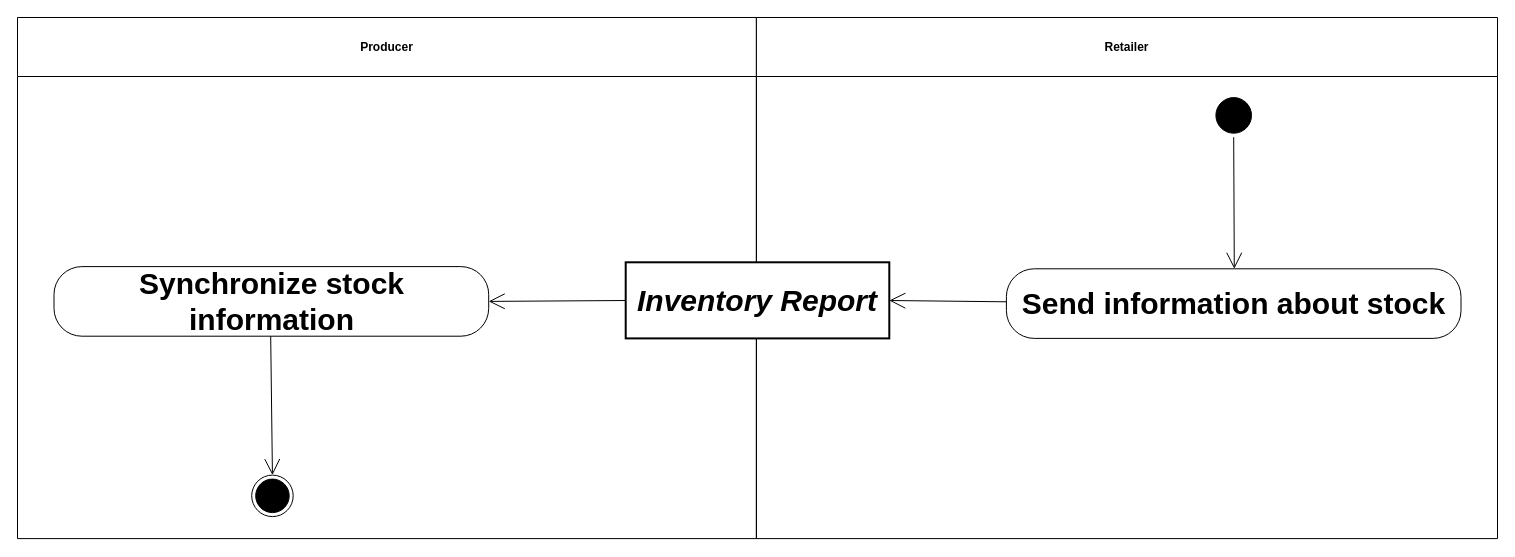
kduvekot/ubl-work-on-svg-images keeps this draw.io diagram as diagrams/UBL-2.2-CRP-Synchronizing/UBL-2.2-CRP-Synchronizing.drawio. Above is the earlier version. Source tidied: cells renumbered, new cells numbered last; positions are measured from the earlier drawing's top-left corner, leaving out a move shared by most shapes. Both pictures are drawn from the tidied source at 100%, with x=0, y=0 at pixel (17, 17).
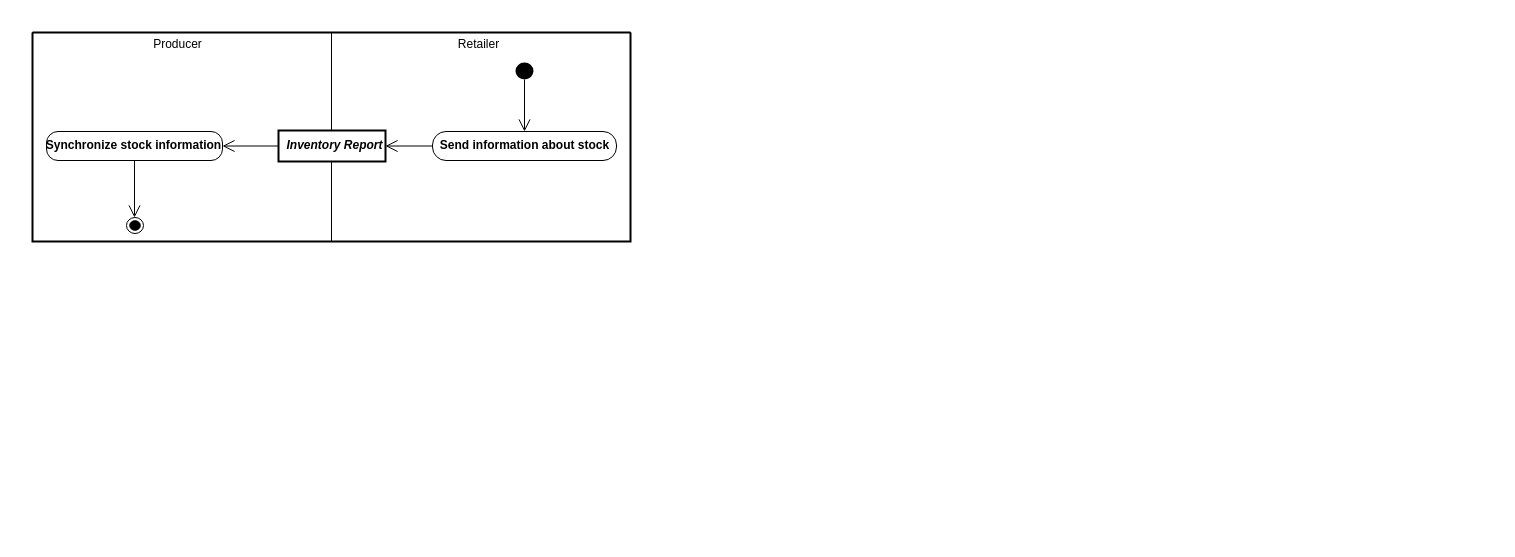
Above is the later version.

The edit, as a diff of the source:
```diff
@@
 <mxGraphModel>
   <root>
     <mxCell id="0" />
     <mxCell id="1" parent="0" />
+    <mxCell id="13" style="swimlane;html=1;startSize=0;whiteSpace=wrap;fillColor=none;strokeWidth=2;" parent="1" vertex="1">
+      <mxGeometry x="15" y="15" width="598" height="209" as="geometry" />
+    </mxCell>
-    <mxCell id="2" value="Producer" style="swimlane;whiteSpace=wrap;html=1;startSize=59;" parent="1" vertex="1">
-      <mxGeometry width="738.9" height="521.1" as="geometry" />
+    <mxCell id="2" value="Producer" style="swimlane;horizontal=1;startSize=23;swimlaneLine=0;html=1;fillColor=none;fontSize=12;fontStyle=0;spacing=0;spacingRight=9;" parent="13" vertex="1">
+      <mxGeometry width="299" height="209" as="geometry" />
     </mxCell>
-    <mxCell id="3" value="Retailer" style="swimlane;whiteSpace=wrap;html=1;startSize=59;" parent="1" vertex="1">
-      <mxGeometry x="738.9" width="741.1" height="521.1" as="geometry" />
+    <mxCell id="3" value="Retailer" style="swimlane;horizontal=1;startSize=23;swimlaneLine=0;html=1;fillColor=none;fontSize=12;fontStyle=0;spacing=0;spacingRight=5;" parent="13" vertex="1">
+      <mxGeometry x="299" width="299" height="209" as="geometry" />
     </mxCell>
-    <mxCell id="4" style="ellipse;html=1;shape=startState;fillColor=#000000;strokeColor=#000000;fontFamily=Helvetica;fontSize=30;" parent="1" vertex="1">
-      <mxGeometry x="1194.4" y="76.1" width="43.6" height="43.6" as="geometry" />
+    <mxCell id="4" style="ellipse;shape=startState;fillColor=#000000;strokeColor=none;html=1;" parent="3" vertex="1">
+      <mxGeometry x="180" y="26" width="26" height="25" as="geometry" />
     </mxCell>
-    <mxCell id="5" value="Inventory Report" style="rounded=0;whiteSpace=wrap;html=1;fontStyle=3;strokeWidth=2;fontFamily=Helvetica;fontSize=30;" parent="1" vertex="1">
-      <mxGeometry x="608.2" y="244.8" width="263.6" height="76.1" as="geometry" />
+    <mxCell id="5" value="Inventory Report" style="rounded=0;html=1;whiteSpace=nowrap;fontSize=12;fontStyle=3;align=center;verticalAlign=middle;spacing=0;spacingLeft=4;spacingBottom=2;strokeWidth=2;" parent="3" vertex="1">
+      <mxGeometry x="-53" y="98" width="107" height="31" as="geometry" />
     </mxCell>
-    <mxCell id="6" value="Synchronize stock information" style="rounded=1;arcSize=40;whiteSpace=wrap;html=1;fontStyle=1;fontFamily=Helvetica;fontSize=30;" parent="1" vertex="1">
-      <mxGeometry x="36.5" y="249.1" width="434.7" height="69.6" as="geometry" />
+    <mxCell id="6" value="Synchronize stock information" style="rounded=1;absoluteArcSize=1;arcSize=23;html=1;whiteSpace=nowrap;fontSize=12;fontStyle=1;align=center;verticalAlign=middle;spacing=0;spacingRight=2;spacingBottom=1;" parent="2" vertex="1">
+      <mxGeometry x="14" y="99" width="176" height="29" as="geometry" />
     </mxCell>
-    <mxCell id="7" value="Send information about stock" style="rounded=1;arcSize=40;whiteSpace=wrap;html=1;fontStyle=1;fontFamily=Helvetica;fontSize=30;" parent="1" vertex="1">
-      <mxGeometry x="988.9" y="251.3" width="454.6" height="69.6" as="geometry" />
+    <mxCell id="7" value="Send information about stock" style="rounded=1;absoluteArcSize=1;arcSize=27;html=1;whiteSpace=nowrap;fontSize=12;fontStyle=1;align=center;verticalAlign=middle;spacing=0;spacingRight=1;spacingBottom=1;" parent="3" vertex="1">
+      <mxGeometry x="101" y="99" width="184" height="29" as="geometry" />
     </mxCell>
-    <mxCell id="8" style="ellipse;html=1;shape=endState;fillColor=#000000;strokeColor=#000000;fontFamily=Helvetica;fontSize=30;" parent="1" vertex="1">
-      <mxGeometry x="234.2" y="457.6" width="41.5" height="41.5" as="geometry" />
+    <mxCell id="8" style="ellipse;shape=endState;fillColor=#000000;html=1;" parent="2" vertex="1">
+      <mxGeometry x="94" y="185" width="17" height="16" as="geometry" />
     </mxCell>
-    <mxCell id="9" style="edgeStyle=none;rounded=0;html=1;endArrow=open;endFill=0;endSize=14;exitX=0.5138;exitY=1.0;entryX=0.5013;entryY=0.0;" parent="1" edge="1" source="4" target="7">
+    <mxCell id="9" style="edgeStyle=none;rounded=0;html=1;endArrow=open;endFill=0;endSize=10;exitPerimeter=0;entryX=0.5;entryY=0;entryPerimeter=0;exitX=0.5;exitY=0.8444;" parent="3" edge="1" source="4" target="7">
       <mxGeometry relative="1" as="geometry" />
     </mxCell>
-    <mxCell id="10" style="edgeStyle=none;rounded=0;html=1;endArrow=open;endFill=0;endSize=14;exitX=0.0;exitY=0.502;entryX=1.0;entryY=0.5;" parent="1" edge="1" source="5" target="6">
+    <mxCell id="10" style="edgeStyle=none;rounded=0;html=1;endArrow=open;endFill=0;endSize=10;exitX=0;exitY=0.5;exitPerimeter=0;entryX=1;entryY=0.5;entryPerimeter=0;" parent="13" edge="1" source="5" target="6">
       <mxGeometry relative="1" as="geometry" />
     </mxCell>
-    <mxCell id="11" style="edgeStyle=none;rounded=0;html=1;endArrow=open;endFill=0;endSize=14;exitX=0.0;exitY=0.4741;entryX=1.0;entryY=0.502;" parent="1" edge="1" source="7" target="5">
+    <mxCell id="11" style="edgeStyle=none;rounded=0;html=1;endArrow=open;endFill=0;endSize=10;exitX=0;exitY=0.5;exitPerimeter=0;entryX=1;entryY=0.5;entryPerimeter=0;" parent="3" edge="1" source="7" target="5">
       <mxGeometry relative="1" as="geometry" />
     </mxCell>
-    <mxCell id="12" style="edgeStyle=none;rounded=0;html=1;endArrow=open;endFill=0;endSize=14;exitX=0.4985;exitY=1.0;entryX=0.4795;entryY=0.0;" parent="1" edge="1" source="6" target="8">
+    <mxCell id="12" style="edgeStyle=none;rounded=0;html=1;endArrow=open;endFill=0;endSize=10;exitX=0.5;exitY=1;exitPerimeter=0;entryPerimeter=0;entryX=0.470588;entryY=0;" parent="2" edge="1" source="6" target="8">
       <mxGeometry relative="1" as="geometry" />
     </mxCell>
   </root>
 </mxGraphModel>
```
